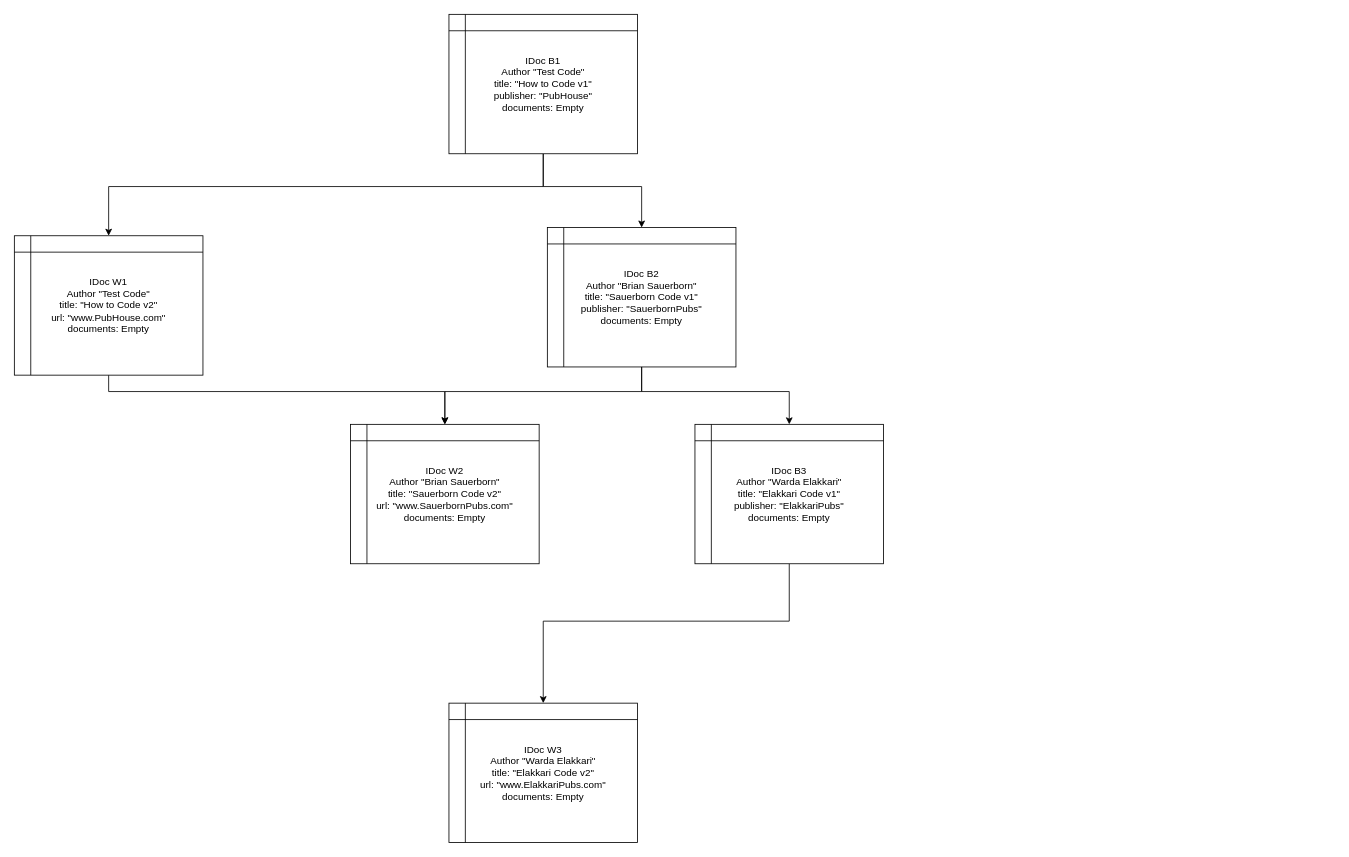
The draw.io diagram page "object_diagram" (2 of 2) of CS2510_Problem_8.drawio in sauerBT/PersonalRepo, before the edit. Source tidied: cells renumbered, new cells numbered last; positions are measured from the earlier drawing's top-left corner, leaving out a move shared by most shapes. Both pictures are drawn from the tidied source at 82%, with x=0, y=0 at pixel (14, 14).
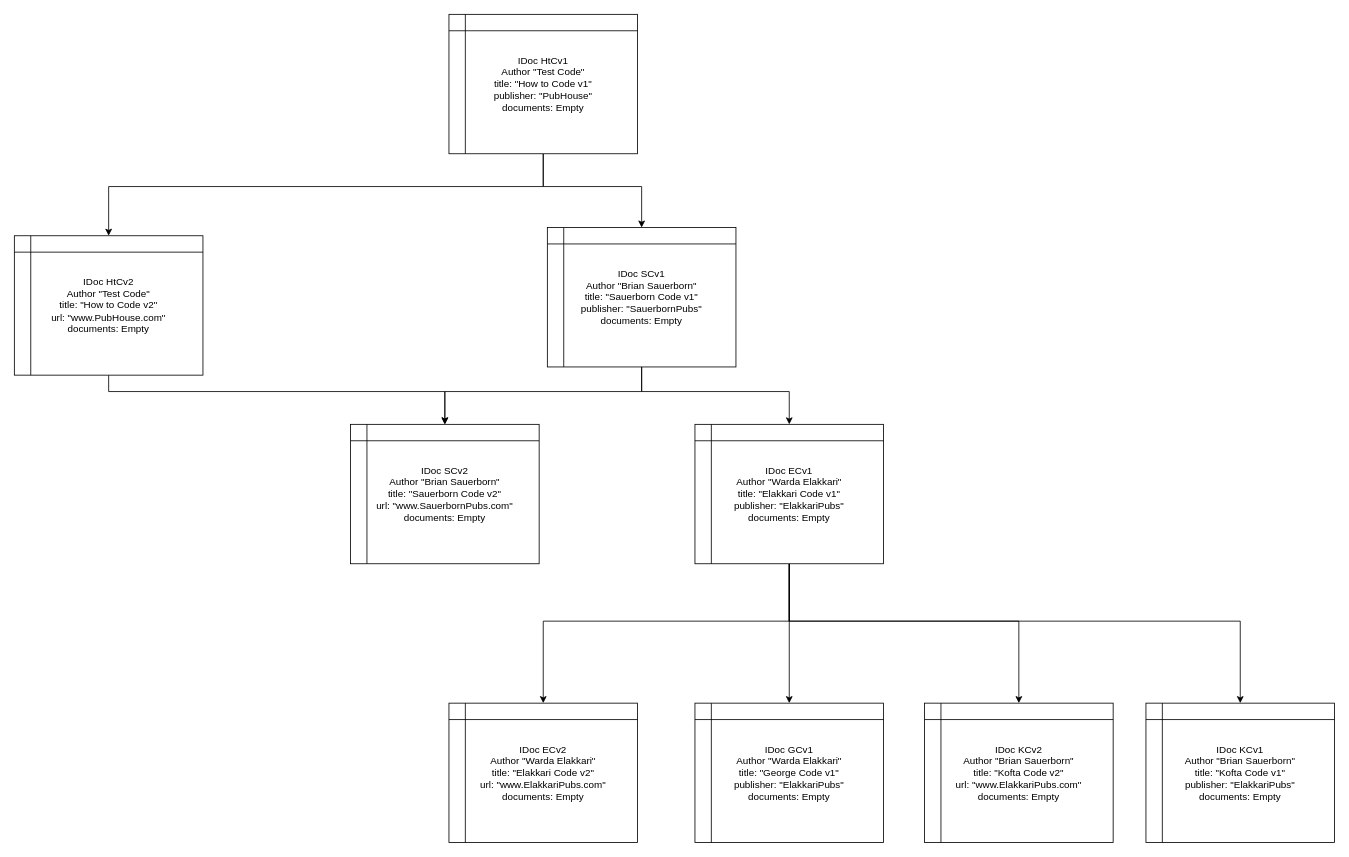
After the change.

What changed in the source:
```diff
@@
-    <mxCell id="4" value="&lt;div&gt;IDoc B1&lt;/div&gt;&lt;div&gt;Author &quot;Test Code&quot;&lt;/div&gt;&lt;div&gt;title: &quot;How to Code v1&quot;&lt;/div&gt;&lt;div&gt;publisher: &quot;PubHouse&quot;&lt;/div&gt;&lt;div&gt;documents: Empty&lt;br&gt;&lt;/div&gt;" style="shape=internalStorage;whiteSpace=wrap;html=1;backgroundOutline=1;" parent="1" vertex="1">
+    <mxCell id="4" value="&lt;div&gt;IDoc HtCv1&lt;br&gt;&lt;/div&gt;&lt;div&gt;Author &quot;Test Code&quot;&lt;/div&gt;&lt;div&gt;title: &quot;How to Code v1&quot;&lt;/div&gt;&lt;div&gt;publisher: &quot;PubHouse&quot;&lt;/div&gt;&lt;div&gt;documents: Empty&lt;br&gt;&lt;/div&gt;" style="shape=internalStorage;whiteSpace=wrap;html=1;backgroundOutline=1;" parent="1" vertex="1">
       <mxGeometry x="530" width="230" height="170" as="geometry" />
     </mxCell>
@@
-    <mxCell id="6" value="&lt;div&gt;IDoc B2&lt;/div&gt;&lt;div&gt;Author &quot;Brian Sauerborn&quot;&lt;/div&gt;&lt;div&gt;title: &quot;Sauerborn Code v1&quot;&lt;/div&gt;&lt;div&gt;publisher: &quot;SauerbornPubs&quot;&lt;/div&gt;&lt;div&gt;documents: Empty&lt;br&gt;&lt;/div&gt;" style="shape=internalStorage;whiteSpace=wrap;html=1;backgroundOutline=1;" parent="1" vertex="1">
+    <mxCell id="6" value="&lt;div&gt;IDoc SCv1&lt;br&gt;&lt;/div&gt;&lt;div&gt;Author &quot;Brian Sauerborn&quot;&lt;/div&gt;&lt;div&gt;title: &quot;Sauerborn Code v1&quot;&lt;/div&gt;&lt;div&gt;publisher: &quot;SauerbornPubs&quot;&lt;/div&gt;&lt;div&gt;documents: Empty&lt;br&gt;&lt;/div&gt;" style="shape=internalStorage;whiteSpace=wrap;html=1;backgroundOutline=1;" parent="1" vertex="1">
       <mxGeometry x="650" y="260" width="230" height="170" as="geometry" />
     </mxCell>
@@
+    <mxCell id="14" style="edgeStyle=orthogonalEdgeStyle;rounded=0;jettySize=auto;html=1;exitX=0.5;exitY=1;exitDx=0;exitDy=0;entryX=0.5;entryY=0;entryDx=0;entryDy=0;" parent="1" edge="1" source="8" target="18">
+      <mxGeometry relative="1" as="geometry" />
+    </mxCell>
+    <mxCell id="15" style="edgeStyle=orthogonalEdgeStyle;rounded=0;jettySize=auto;html=1;exitX=0.5;exitY=1;exitDx=0;exitDy=0;entryX=0.5;entryY=0;entryDx=0;entryDy=0;" parent="1" edge="1" source="8" target="17">
+      <mxGeometry relative="1" as="geometry">
+        <Array as="points">
+          <mxPoint x="945" y="740" />
+          <mxPoint x="1225" y="740" />
+        </Array>
+      </mxGeometry>
+    </mxCell>
+    <mxCell id="16" style="edgeStyle=orthogonalEdgeStyle;rounded=0;jettySize=auto;html=1;exitX=0.5;exitY=1;exitDx=0;exitDy=0;entryX=0.5;entryY=0;entryDx=0;entryDy=0;" parent="1" edge="1" source="8" target="19">
+      <mxGeometry relative="1" as="geometry">
+        <Array as="points">
+          <mxPoint x="945" y="740" />
+          <mxPoint x="1495" y="740" />
+        </Array>
+      </mxGeometry>
+    </mxCell>
-    <mxCell id="8" value="&lt;div&gt;IDoc B3&lt;/div&gt;&lt;div&gt;Author &quot;Warda Elakkari&quot;&lt;/div&gt;&lt;div&gt;title: &quot;Elakkari Code v1&quot;&lt;/div&gt;&lt;div&gt;publisher: &quot;ElakkariPubs&quot;&lt;/div&gt;&lt;div&gt;documents: Empty&lt;br&gt;&lt;/div&gt;" style="shape=internalStorage;whiteSpace=wrap;html=1;backgroundOutline=1;" parent="1" vertex="1">
+    <mxCell id="8" value="&lt;div&gt;IDoc ECv1&lt;br&gt;&lt;/div&gt;&lt;div&gt;Author &quot;Warda Elakkari&quot;&lt;/div&gt;&lt;div&gt;title: &quot;Elakkari Code v1&quot;&lt;/div&gt;&lt;div&gt;publisher: &quot;ElakkariPubs&quot;&lt;/div&gt;&lt;div&gt;documents: Empty&lt;br&gt;&lt;/div&gt;" style="shape=internalStorage;whiteSpace=wrap;html=1;backgroundOutline=1;" parent="1" vertex="1">
       <mxGeometry x="830" y="500" width="230" height="170" as="geometry" />
     </mxCell>
@@
-    <mxCell id="10" value="&lt;div&gt;IDoc W1&lt;/div&gt;&lt;div&gt;Author &quot;Test Code&quot;&lt;/div&gt;&lt;div&gt;title: &quot;How to Code v2&quot;&lt;/div&gt;&lt;div&gt;url: &quot;www.PubHouse.com&quot;&lt;/div&gt;&lt;div&gt;documents: Empty&lt;br&gt;&lt;/div&gt;" style="shape=internalStorage;whiteSpace=wrap;html=1;backgroundOutline=1;" parent="1" vertex="1">
+    <mxCell id="10" value="&lt;div&gt;IDoc HtCv2&lt;br&gt;&lt;/div&gt;&lt;div&gt;Author &quot;Test Code&quot;&lt;/div&gt;&lt;div&gt;title: &quot;How to Code v2&quot;&lt;/div&gt;&lt;div&gt;url: &quot;www.PubHouse.com&quot;&lt;/div&gt;&lt;div&gt;documents: Empty&lt;br&gt;&lt;/div&gt;" style="shape=internalStorage;whiteSpace=wrap;html=1;backgroundOutline=1;" parent="1" vertex="1">
       <mxGeometry y="270" width="230" height="170" as="geometry" />
     </mxCell>
-    <mxCell id="11" value="&lt;div&gt;IDoc W2&lt;/div&gt;&lt;div&gt;Author &quot;Brian Sauerborn&quot;&lt;/div&gt;&lt;div&gt;title: &quot;Sauerborn Code v2&quot;&lt;/div&gt;&lt;div&gt;url: &quot;www.SauerbornPubs.com&quot;&lt;/div&gt;&lt;div&gt;documents: Empty&lt;br&gt;&lt;/div&gt;" style="shape=internalStorage;whiteSpace=wrap;html=1;backgroundOutline=1;" parent="1" vertex="1">
+    <mxCell id="11" value="&lt;div&gt;IDoc SCv2&lt;br&gt;&lt;/div&gt;&lt;div&gt;Author &quot;Brian Sauerborn&quot;&lt;/div&gt;&lt;div&gt;title: &quot;Sauerborn Code v2&quot;&lt;/div&gt;&lt;div&gt;url: &quot;www.SauerbornPubs.com&quot;&lt;/div&gt;&lt;div&gt;documents: Empty&lt;br&gt;&lt;/div&gt;" style="shape=internalStorage;whiteSpace=wrap;html=1;backgroundOutline=1;" parent="1" vertex="1">
       <mxGeometry x="410" y="500" width="230" height="170" as="geometry" />
     </mxCell>
-    <mxCell id="12" value="&lt;div&gt;IDoc W3&lt;/div&gt;&lt;div&gt;Author &quot;Warda Elakkari&quot;&lt;/div&gt;&lt;div&gt;title: &quot;Elakkari Code v2&quot;&lt;/div&gt;&lt;div&gt;url: &quot;www.ElakkariPubs.com&quot;&lt;/div&gt;&lt;div&gt;documents: Empty&lt;br&gt;&lt;/div&gt;" style="shape=internalStorage;whiteSpace=wrap;html=1;backgroundOutline=1;" parent="1" vertex="1">
+    <mxCell id="12" value="&lt;div&gt;IDoc ECv2&lt;br&gt;&lt;/div&gt;&lt;div&gt;Author &quot;Warda Elakkari&quot;&lt;/div&gt;&lt;div&gt;title: &quot;Elakkari Code v2&quot;&lt;/div&gt;&lt;div&gt;url: &quot;www.ElakkariPubs.com&quot;&lt;/div&gt;&lt;div&gt;documents: Empty&lt;br&gt;&lt;/div&gt;" style="shape=internalStorage;whiteSpace=wrap;html=1;backgroundOutline=1;" parent="1" vertex="1">
       <mxGeometry x="530" y="840" width="230" height="170" as="geometry" />
     </mxCell>
@@
+    <mxCell id="17" value="&lt;div&gt;IDoc KCv2&lt;br&gt;&lt;/div&gt;&lt;div&gt;Author &quot;Brian Sauerborn&quot;&lt;/div&gt;&lt;div&gt;title: &quot;Kofta Code v2&quot;&lt;/div&gt;&lt;div&gt;url: &quot;www.ElakkariPubs.com&quot;&lt;/div&gt;&lt;div&gt;documents: Empty&lt;br&gt;&lt;/div&gt;" style="shape=internalStorage;whiteSpace=wrap;html=1;backgroundOutline=1;" parent="1" vertex="1">
+      <mxGeometry x="1110" y="840" width="230" height="170" as="geometry" />
+    </mxCell>
+    <mxCell id="18" value="&lt;div&gt;IDoc GCv1&lt;br&gt;&lt;/div&gt;&lt;div&gt;Author &quot;Warda Elakkari&quot;&lt;/div&gt;&lt;div&gt;title: &quot;George Code v1&quot;&lt;/div&gt;&lt;div&gt;publisher: &quot;ElakkariPubs&quot;&lt;/div&gt;&lt;div&gt;documents: Empty&lt;br&gt;&lt;/div&gt;" style="shape=internalStorage;whiteSpace=wrap;html=1;backgroundOutline=1;" parent="1" vertex="1">
+      <mxGeometry x="830" y="840" width="230" height="170" as="geometry" />
+    </mxCell>
+    <mxCell id="19" value="&lt;div&gt;IDoc KCv1&lt;br&gt;&lt;/div&gt;&lt;div&gt;Author &quot;Brian Sauerborn&quot;&lt;br&gt;&lt;/div&gt;&lt;div&gt;title: &quot;Kofta Code v1&quot;&lt;/div&gt;&lt;div&gt;publisher: &quot;ElakkariPubs&quot;&lt;/div&gt;&lt;div&gt;documents: Empty&lt;br&gt;&lt;/div&gt;" style="shape=internalStorage;whiteSpace=wrap;html=1;backgroundOutline=1;" parent="1" vertex="1">
+      <mxGeometry x="1380" y="840" width="230" height="170" as="geometry" />
+    </mxCell>
```
